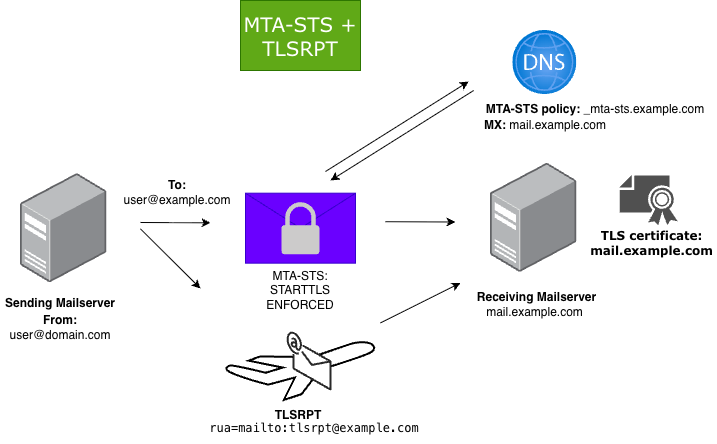
The draw.io diagram docs/images/mta-sts-explained/mta-sts-tlsrpt-visual.png in vand3rlinden/vand3rlinden.github.io, before a commit. Source tidied: cells renumbered, new cells last; positions are measured from the earlier drawing's top-left corner, leaving out a move shared by most shapes.
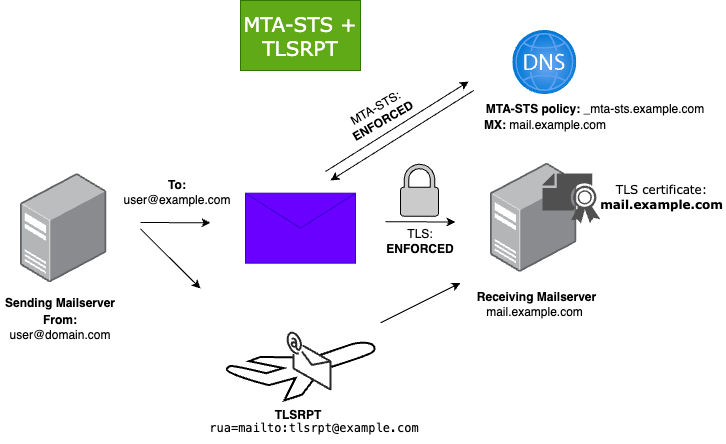
Above is the later version.

Change to the diagram source:
```diff
@@ -14,8 +14,8 @@
     <mxCell id="5" style="shape=message;html=1;html=1;labelPosition=center;verticalLabelPosition=bottom;align=center;verticalAlign=top;fillColor=#6a00ff;fontColor=#ffffff;strokeColor=#3700CC;" parent="1" vertex="1">
       <mxGeometry x="245" y="192.7" width="110" height="70" as="geometry" />
     </mxCell>
-    <mxCell id="6" style="sketch=0;shadow=0;dashed=0;html=1;strokeColor=none;labelPosition=center;verticalLabelPosition=bottom;verticalAlign=top;align=center;shape=mxgraph.office.security.lock_protected;fillColor=#CCCBCB;" parent="1" vertex="1">
-      <mxGeometry x="281" y="201.7" width="38" height="52" as="geometry" />
+    <mxCell id="6" style="sketch=0;shadow=0;dashed=0;html=1;strokeColor=default;labelPosition=center;verticalLabelPosition=bottom;verticalAlign=top;align=center;shape=mxgraph.office.security.lock_protected;fillColor=#CCCBCB;" parent="1" vertex="1">
+      <mxGeometry x="400" y="163.7" width="38" height="52" as="geometry" />
     </mxCell>
     <mxCell id="7" style="verticalLabelPosition=bottom;html=1;verticalAlign=top;strokeWidth=2;shape=mxgraph.lean_mapping.airplane_7;" parent="1" vertex="1">
       <mxGeometry x="225" y="342" width="150" height="58" as="geometry" />
@@ -23,8 +23,8 @@
     <mxCell id="8" style="verticalLabelPosition=bottom;html=1;verticalAlign=top;strokeWidth=1;align=center;dashed=0;shape=mxgraph.aws3d.email;strokeColor=#292929;" parent="1" vertex="1">
       <mxGeometry x="287" y="332" width="43" height="57" as="geometry" />
     </mxCell>
-    <mxCell id="9" value="MTA-STS:&lt;br&gt;STARTTLS ENFORCED" style="text;html=1;align=center;verticalAlign=middle;whiteSpace=wrap;rounded=0;" parent="1" vertex="1">
-      <mxGeometry x="270" y="275" width="60" height="30" as="geometry" />
+    <mxCell id="9" value="MTA-STS:&lt;br&gt;&lt;b&gt;ENFORCED&lt;/b&gt;" style="text;html=1;align=center;verticalAlign=middle;whiteSpace=wrap;rounded=0;rotation=-30;" parent="1" vertex="1">
+      <mxGeometry x="349" y="99" width="60" height="30" as="geometry" />
     </mxCell>
     <mxCell id="10" style="endArrow=classic;html=1;rounded=0;" parent="1" edge="1">
       <mxGeometry relative="1" as="geometry">
@@ -78,10 +78,10 @@
       </mxGeometry>
     </mxCell>
     <mxCell id="21" style="sketch=0;shadow=0;dashed=0;html=1;strokeColor=none;fillColor=#505050;labelPosition=center;verticalLabelPosition=bottom;verticalAlign=top;align=center;shape=mxgraph.office.security.certificate;" parent="1" vertex="1">
-      <mxGeometry x="619.3" y="175" width="58" height="50" as="geometry" />
+      <mxGeometry x="542" y="173" width="58" height="50" as="geometry" />
     </mxCell>
-    <mxCell id="22" value="TLS certificate:&lt;br&gt;mail.example.com" style="text;html=1;align=center;verticalAlign=middle;strokeColor=none;fillColor=none;fontStyle=1;fontFamily=Verdana;" parent="1" vertex="1">
-      <mxGeometry x="586.3" y="222.7" width="130" height="40" as="geometry" />
+    <mxCell id="22" value="&lt;span style=&quot;font-weight: normal;&quot;&gt;TLS certificate:&lt;br&gt;&lt;/span&gt;mail.example.com" style="text;html=1;align=center;verticalAlign=middle;strokeColor=none;fillColor=none;fontStyle=1;fontFamily=Verdana;" parent="1" vertex="1">
+      <mxGeometry x="596" y="176.7" width="130" height="40" as="geometry" />
     </mxCell>
     <mxCell id="23" value="&lt;b&gt;To:&lt;/b&gt; user@example.com" style="text;html=1;align=center;verticalAlign=middle;whiteSpace=wrap;rounded=0;" parent="1" vertex="1">
       <mxGeometry x="122" y="176.7" width="110" height="30" as="geometry" />
@@ -98,5 +98,8 @@
     <mxCell id="27" value="&lt;b&gt;From:&lt;/b&gt; user@domain.com" style="text;html=1;whiteSpace=wrap;strokeColor=none;fillColor=none;align=center;verticalAlign=middle;rounded=0;" parent="1" vertex="1">
       <mxGeometry x="30" y="312" width="60" height="30" as="geometry" />
     </mxCell>
+    <mxCell id="28" value="TLS:&lt;br&gt;&lt;b&gt;ENFORCED&lt;/b&gt;" style="text;html=1;align=center;verticalAlign=middle;whiteSpace=wrap;rounded=0;" parent="1" vertex="1">
+      <mxGeometry x="390" y="225.7" width="60" height="30" as="geometry" />
+    </mxCell>
   </root>
 </mxGraphModel>
```
